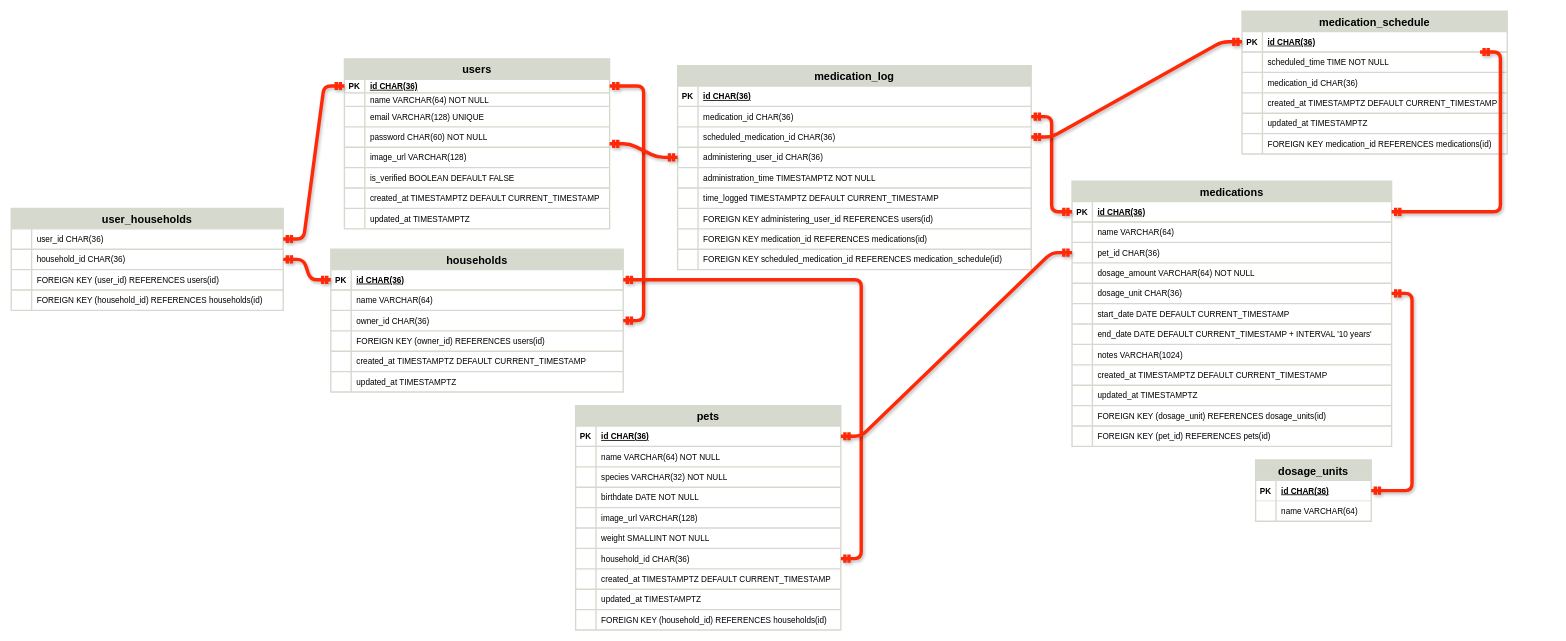
Earlier version of the draw.io diagram Untitled Diagram.drawio (atlc/drawio). Source tidied: cells renumbered, new cells numbered last; positions are measured from the earlier drawing's top-left corner, leaving out a move shared by most shapes. Both pictures are drawn from the tidied source at 68%, with x=0, y=0 at pixel (11, 11).
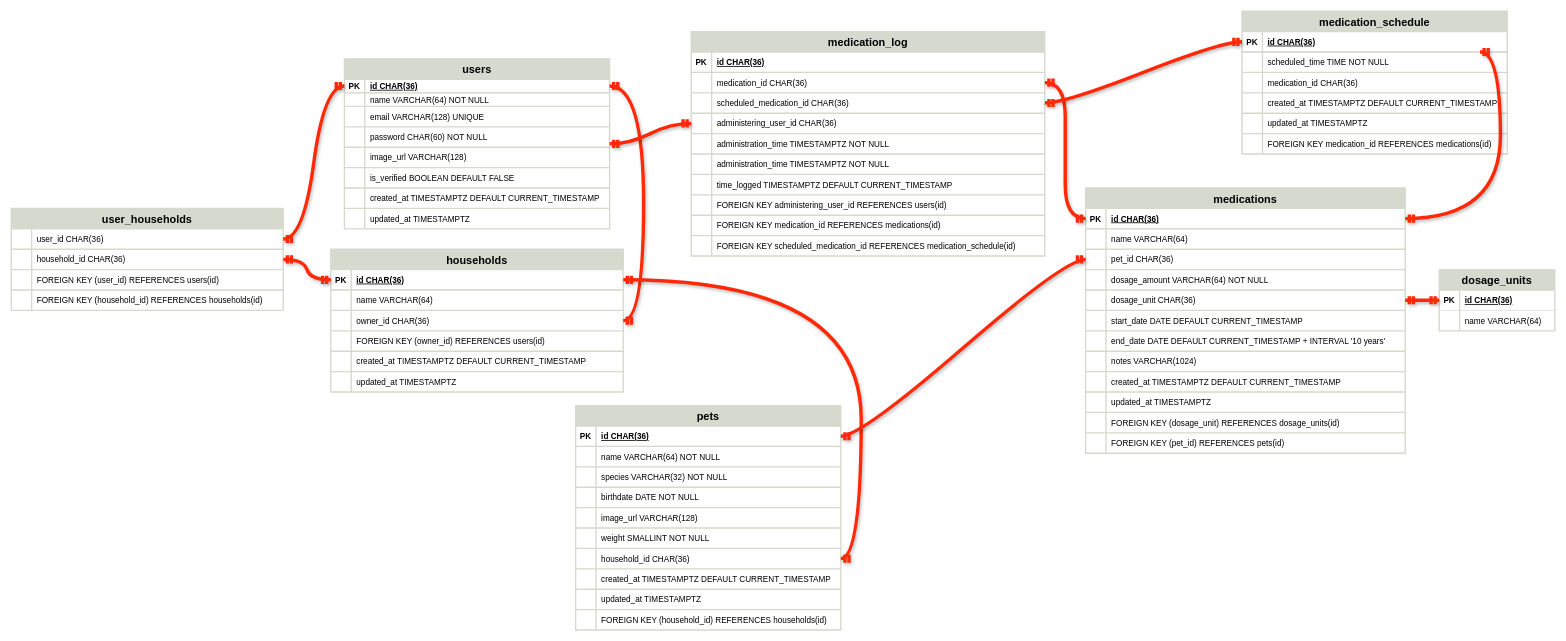
The same diagram, later.

Unchanged cells that the change refers to:
```xml
<mxCell id="2" value="users" style="shape=table;startSize=30;childLayout=tableLayout;rowLines=1;fontStyle=1;align=center;swimlaneLine=1;shadow=0;fillColor=#D6D9CE;fontColor=#000000;labelBorderColor=none;labelBackgroundColor=none;fontSize=16;strokeColor=#D6D9CE;strokeWidth=2;" parent="1" vertex="1">
  <mxGeometry x="490" y="70" width="390" height="250" as="geometry" />
</mxCell>
<mxCell id="3" style="shape=tableRow;horizontal=0;startSize=0;swimlaneHead=0;swimlaneBody=0;fillColor=none;points=[[0,0.5],[1,0.5]];portConstraint=eastwest;strokeColor=inherit;top=0;left=0;right=0;bottom=1;swimlaneLine=1;" parent="2" vertex="1">
  <mxGeometry y="30" width="390" height="20" as="geometry" />
</mxCell>
<mxCell id="28" style="shape=tableRow;horizontal=0;startSize=0;swimlaneHead=0;swimlaneBody=0;fillColor=none;points=[[0,0.5],[1,0.5]];portConstraint=eastwest;strokeColor=inherit;top=0;left=0;right=0;bottom=1;swimlaneLine=1;" parent="27" vertex="1">
  <mxGeometry y="30" width="430" height="30" as="geometry" />
</mxCell>
<mxCell id="34" style="shape=tableRow;horizontal=0;startSize=0;swimlaneHead=0;swimlaneBody=0;fillColor=none;points=[[0,0.5],[1,0.5]];portConstraint=eastwest;strokeColor=inherit;top=0;left=0;right=0;bottom=0;swimlaneLine=1;" parent="27" vertex="1">
  <mxGeometry y="90" width="430" height="30" as="geometry" />
</mxCell>
<mxCell id="47" style="shape=tableRow;horizontal=0;startSize=0;swimlaneHead=0;swimlaneBody=0;fillColor=none;points=[[0,0.5],[1,0.5]];portConstraint=eastwest;strokeColor=inherit;top=0;left=0;right=0;bottom=0;swimlaneLine=1;" parent="46" vertex="1">
  <mxGeometry y="30" width="400" height="30" as="geometry" />
</mxCell>
<mxCell id="50" style="shape=tableRow;horizontal=0;startSize=0;swimlaneHead=0;swimlaneBody=0;fillColor=none;points=[[0,0.5],[1,0.5]];portConstraint=eastwest;strokeColor=inherit;top=0;left=0;right=0;bottom=0;swimlaneLine=1;" parent="46" vertex="1">
  <mxGeometry y="60" width="400" height="30" as="geometry" />
</mxCell>
<mxCell id="60" style="shape=tableRow;horizontal=0;startSize=0;swimlaneHead=0;swimlaneBody=0;fillColor=none;points=[[0,0.5],[1,0.5]];portConstraint=eastwest;strokeColor=inherit;top=0;left=0;right=0;bottom=1;swimlaneLine=1;" parent="59" vertex="1">
  <mxGeometry y="30" width="390" height="30" as="geometry" />
</mxCell>
<mxCell id="78" style="shape=tableRow;horizontal=0;startSize=0;swimlaneHead=0;swimlaneBody=0;fillColor=none;points=[[0,0.5],[1,0.5]];portConstraint=eastwest;strokeColor=inherit;top=0;left=0;right=0;bottom=0;swimlaneLine=1;" parent="59" vertex="1">
  <mxGeometry y="210" width="390" height="30" as="geometry" />
</mxCell>
<mxCell id="91" style="shape=tableRow;horizontal=0;startSize=0;swimlaneHead=0;swimlaneBody=0;fillColor=none;points=[[0,0.5],[1,0.5]];portConstraint=eastwest;strokeColor=inherit;top=0;left=0;right=0;bottom=1;swimlaneLine=1;" parent="90" vertex="1">
  <mxGeometry y="30" width="170" height="30" as="geometry" />
</mxCell>
<mxCell id="98" style="shape=tableRow;horizontal=0;startSize=0;swimlaneHead=0;swimlaneBody=0;fillColor=none;points=[[0,0.5],[1,0.5]];portConstraint=eastwest;strokeColor=inherit;top=0;left=0;right=0;bottom=1;swimlaneLine=1;" parent="97" vertex="1">
  <mxGeometry y="30" width="470" height="30" as="geometry" />
</mxCell>
<mxCell id="104" style="shape=tableRow;horizontal=0;startSize=0;swimlaneHead=0;swimlaneBody=0;fillColor=none;points=[[0,0.5],[1,0.5]];portConstraint=eastwest;strokeColor=inherit;top=0;left=0;right=0;bottom=0;swimlaneLine=1;" parent="97" vertex="1">
  <mxGeometry y="90" width="470" height="30" as="geometry" />
</mxCell>
<mxCell id="110" style="shape=tableRow;horizontal=0;startSize=0;swimlaneHead=0;swimlaneBody=0;fillColor=none;points=[[0,0.5],[1,0.5]];portConstraint=eastwest;strokeColor=inherit;top=0;left=0;right=0;bottom=0;swimlaneLine=1;" parent="97" vertex="1">
  <mxGeometry y="150" width="470" height="30" as="geometry" />
</mxCell>
<mxCell id="135" style="shape=tableRow;horizontal=0;startSize=0;swimlaneHead=0;swimlaneBody=0;fillColor=none;points=[[0,0.5],[1,0.5]];portConstraint=eastwest;strokeColor=inherit;top=0;left=0;right=0;bottom=1;swimlaneLine=1;" parent="134" vertex="1">
  <mxGeometry y="30" width="390" height="30" as="geometry" />
</mxCell>
<mxCell id="157" style="shape=tableRow;horizontal=0;startSize=0;swimlaneHead=0;swimlaneBody=0;fillColor=none;points=[[0,0.5],[1,0.5]];portConstraint=eastwest;strokeColor=inherit;top=0;left=0;right=0;bottom=0;swimlaneLine=1;" parent="153" vertex="1">
  <mxGeometry y="60" width="520" height="30" as="geometry" />
</mxCell>
<mxCell id="160" style="shape=tableRow;horizontal=0;startSize=0;swimlaneHead=0;swimlaneBody=0;fillColor=none;points=[[0,0.5],[1,0.5]];portConstraint=eastwest;strokeColor=inherit;top=0;left=0;right=0;bottom=0;swimlaneLine=1;" parent="153" vertex="1">
  <mxGeometry y="90" width="520" height="30" as="geometry" />
</mxCell>
<mxCell id="163" style="shape=tableRow;horizontal=0;startSize=0;swimlaneHead=0;swimlaneBody=0;fillColor=none;points=[[0,0.5],[1,0.5]];portConstraint=eastwest;strokeColor=inherit;top=0;left=0;right=0;bottom=0;swimlaneLine=1;" parent="153" vertex="1">
  <mxGeometry y="120" width="520" height="30" as="geometry" />
</mxCell>
```

Change to the diagram source:
```diff
@@
     <mxCell id="90" value="dosage_units" style="shape=table;startSize=30;childLayout=tableLayout;rowLines=0;fontStyle=1;align=center;swimlaneLine=1;fillColor=#D6D9CE;fontColor=#000000;labelBorderColor=none;labelBackgroundColor=none;fontSize=16;strokeColor=#D6D9CE;strokeWidth=2;" parent="1" vertex="1">
-      <mxGeometry x="1830" y="660" width="170" height="90" as="geometry" />
+      <mxGeometry x="2100" y="380" width="170" height="90" as="geometry" />
     </mxCell>
@@
     <mxCell id="97" value="medications" style="shape=table;startSize=30;childLayout=tableLayout;rowLines=1;fontStyle=1;align=center;swimlaneLine=1;fillColor=#D6D9CE;fontColor=#000000;labelBorderColor=none;labelBackgroundColor=none;fontSize=16;strokeColor=#D6D9CE;strokeWidth=2;" parent="1" vertex="1">
-      <mxGeometry x="1560" y="250" width="470" height="390" as="geometry" />
+      <mxGeometry x="1580" y="260" width="470" height="390" as="geometry" />
     </mxCell>
@@
     <mxCell id="153" value="medication_log" style="shape=table;startSize=30;childLayout=tableLayout;rowLines=1;fontStyle=1;align=center;swimlaneLine=1;fillColor=#D6D9CE;fontColor=#000000;labelBorderColor=none;labelBackgroundColor=none;fontSize=16;strokeColor=#D6D9CE;strokeWidth=2;" parent="1" vertex="1">
-      <mxGeometry x="980" y="80" width="520" height="300" as="geometry" />
+      <mxGeometry x="1000" y="30" width="520" height="330" as="geometry" />
     </mxCell>
@@
+    <mxCell id="191" style="shape=tableRow;horizontal=0;startSize=0;swimlaneHead=0;swimlaneBody=0;fillColor=none;strokeColor=inherit;top=0;left=0;right=0;bottom=0;swimlaneLine=1;" parent="153" vertex="1">
+      <mxGeometry y="180" width="520" height="30" as="geometry" />
+    </mxCell>
+    <mxCell id="192" style="shape=partialRectangle;overflow=hidden;fillColor=none;strokeColor=inherit;top=0;left=0;bottom=0;right=0;swimlaneLine=1;" parent="191" vertex="1">
+      <mxGeometry width="30" height="30" as="geometry" />
+    </mxCell>
+    <mxCell id="193" value="administration_time TIMESTAMPTZ NOT NULL" style="shape=partialRectangle;overflow=hidden;fillColor=none;align=left;strokeColor=inherit;top=0;left=0;bottom=0;right=0;spacingLeft=6;swimlaneLine=1;" parent="191" vertex="1">
+      <mxGeometry x="30" width="490" height="30" as="geometry" />
+    </mxCell>
     <mxCell id="169" style="shape=tableRow;horizontal=0;startSize=0;swimlaneHead=0;swimlaneBody=0;fillColor=none;strokeColor=inherit;top=0;left=0;right=0;bottom=0;swimlaneLine=1;" parent="153" vertex="1">
-      <mxGeometry y="180" width="520" height="30" as="geometry" />
+      <mxGeometry y="210" width="520" height="30" as="geometry" />
     </mxCell>
@@
     <mxCell id="172" style="shape=tableRow;horizontal=0;startSize=0;swimlaneHead=0;swimlaneBody=0;fillColor=none;strokeColor=inherit;top=0;left=0;right=0;bottom=0;swimlaneLine=1;" parent="153" vertex="1">
-      <mxGeometry y="210" width="520" height="30" as="geometry" />
+      <mxGeometry y="240" width="520" height="30" as="geometry" />
     </mxCell>
@@
     <mxCell id="175" style="shape=tableRow;horizontal=0;startSize=0;swimlaneHead=0;swimlaneBody=0;fillColor=none;strokeColor=inherit;top=0;left=0;right=0;bottom=0;swimlaneLine=1;" parent="153" vertex="1">
-      <mxGeometry y="240" width="520" height="30" as="geometry" />
+      <mxGeometry y="270" width="520" height="30" as="geometry" />
     </mxCell>
@@
     <mxCell id="178" style="shape=tableRow;horizontal=0;startSize=0;swimlaneHead=0;swimlaneBody=0;fillColor=none;strokeColor=inherit;top=0;left=0;right=0;bottom=0;swimlaneLine=1;" parent="153" vertex="1">
-      <mxGeometry y="270" width="520" height="30" as="geometry" />
+      <mxGeometry y="300" width="520" height="30" as="geometry" />
     </mxCell>
@@
-    <mxCell id="181" style="edgeStyle=entityRelationEdgeStyle;fontSize=12;html=1;endArrow=ERmandOne;startArrow=ERmandOne;rounded=1;swimlaneLine=1;strokeColor=#FF2908;strokeWidth=5;shadow=1;curved=0;" parent="1" edge="1" source="3" target="34">
+    <mxCell id="181" style="edgeStyle=entityRelationEdgeStyle;fontSize=12;html=1;endArrow=ERmandOne;startArrow=ERmandOne;rounded=0;swimlaneLine=1;strokeColor=#FF2908;strokeWidth=5;shadow=1;curved=1;" parent="1" edge="1" source="3" target="34">
       <mxGeometry relative="1" as="geometry">
         <Array as="points">
           <mxPoint x="580" y="800" />
           <mxPoint x="670" y="810" />
           <mxPoint x="310" y="100" />
           <mxPoint x="240" y="110" />
         </Array>
       </mxGeometry>
     </mxCell>
-    <mxCell id="182" style="edgeStyle=entityRelationEdgeStyle;fontSize=12;html=1;endArrow=ERmandOne;startArrow=ERmandOne;rounded=1;swimlaneLine=1;strokeColor=#FF2908;strokeWidth=5;shadow=1;curved=0;" parent="1" edge="1" source="3" target="47">
+    <mxCell id="182" style="edgeStyle=entityRelationEdgeStyle;fontSize=12;html=1;endArrow=ERmandOne;startArrow=ERmandOne;rounded=0;swimlaneLine=1;strokeColor=#FF2908;strokeWidth=5;shadow=1;curved=1;" parent="1" edge="1" source="3" target="47">
       <mxGeometry relative="1" as="geometry" />
     </mxCell>
-    <mxCell id="183" style="edgeStyle=entityRelationEdgeStyle;fontSize=12;html=1;endArrow=ERmandOne;startArrow=ERmandOne;rounded=1;swimlaneLine=1;strokeColor=#FF2908;strokeWidth=5;shadow=1;curved=0;" parent="1" edge="1" source="28" target="50">
+    <mxCell id="183" style="edgeStyle=entityRelationEdgeStyle;fontSize=12;html=1;endArrow=ERmandOne;startArrow=ERmandOne;rounded=0;swimlaneLine=1;strokeColor=#FF2908;strokeWidth=5;shadow=1;curved=1;" parent="1" edge="1" source="28" target="50">
       <mxGeometry relative="1" as="geometry" />
     </mxCell>
-    <mxCell id="184" style="edgeStyle=entityRelationEdgeStyle;fontSize=12;html=1;endArrow=ERmandOne;startArrow=ERmandOne;rounded=1;swimlaneLine=1;strokeColor=#FF2908;strokeWidth=5;shadow=1;curved=0;" parent="1" edge="1" source="28" target="78">
+    <mxCell id="184" style="edgeStyle=entityRelationEdgeStyle;fontSize=12;html=1;endArrow=ERmandOne;startArrow=ERmandOne;rounded=0;swimlaneLine=1;strokeColor=#FF2908;strokeWidth=5;shadow=1;curved=1;" parent="1" edge="1" source="28" target="78">
       <mxGeometry relative="1" as="geometry" />
     </mxCell>
-    <mxCell id="185" style="edgeStyle=entityRelationEdgeStyle;fontSize=12;html=1;endArrow=ERmandOne;startArrow=ERmandOne;rounded=1;swimlaneLine=1;strokeColor=#FF2908;strokeWidth=5;shadow=1;curved=0;" parent="1" edge="1" source="60" target="104">
+    <mxCell id="185" style="edgeStyle=entityRelationEdgeStyle;fontSize=12;html=1;endArrow=ERmandOne;startArrow=ERmandOne;rounded=0;swimlaneLine=1;strokeColor=#FF2908;strokeWidth=5;shadow=1;curved=1;" parent="1" edge="1" source="60" target="104">
       <mxGeometry relative="1" as="geometry" />
     </mxCell>
-    <mxCell id="186" style="edgeStyle=entityRelationEdgeStyle;fontSize=12;html=1;endArrow=ERmandOne;startArrow=ERmandOne;rounded=1;swimlaneLine=1;strokeColor=#FF2908;strokeWidth=5;shadow=1;curved=0;" parent="1" edge="1" source="91" target="110">
+    <mxCell id="186" style="edgeStyle=entityRelationEdgeStyle;fontSize=12;html=1;endArrow=ERmandOne;startArrow=ERmandOne;rounded=0;swimlaneLine=1;strokeColor=#FF2908;strokeWidth=5;shadow=1;curved=1;" parent="1" edge="1" source="91" target="110">
       <mxGeometry relative="1" as="geometry" />
     </mxCell>
-    <mxCell id="187" style="edgeStyle=entityRelationEdgeStyle;fontSize=12;html=1;endArrow=ERmandOne;startArrow=ERmandOne;rounded=1;swimlaneLine=1;strokeColor=#FF2908;strokeWidth=5;shadow=1;curved=0;" parent="1" edge="1" target="98">
+    <mxCell id="187" style="edgeStyle=entityRelationEdgeStyle;fontSize=12;html=1;endArrow=ERmandOne;startArrow=ERmandOne;rounded=0;swimlaneLine=1;strokeColor=#FF2908;strokeWidth=5;shadow=1;curved=1;" parent="1" edge="1" target="98">
       <mxGeometry relative="1" as="geometry">
         <mxPoint x="2160" y="60" as="sourcePoint" />
       </mxGeometry>
     </mxCell>
-    <mxCell id="188" style="edgeStyle=entityRelationEdgeStyle;fontSize=12;html=1;endArrow=ERmandOne;startArrow=ERmandOne;rounded=1;swimlaneLine=1;strokeColor=#FF2908;strokeWidth=5;shadow=1;curved=0;" parent="1" edge="1" source="157" target="98">
+    <mxCell id="188" style="edgeStyle=entityRelationEdgeStyle;fontSize=12;html=1;endArrow=ERmandOne;startArrow=ERmandOne;rounded=0;swimlaneLine=1;strokeColor=#FF2908;strokeWidth=5;shadow=1;curved=1;" parent="1" edge="1" source="157" target="98">
       <mxGeometry relative="1" as="geometry" />
     </mxCell>
-    <mxCell id="189" style="edgeStyle=entityRelationEdgeStyle;fontSize=12;html=1;endArrow=ERmandOne;startArrow=ERmandOne;rounded=1;swimlaneLine=1;strokeColor=#FF2908;strokeWidth=5;shadow=1;curved=0;" parent="1" edge="1" source="135" target="160">
+    <mxCell id="189" style="edgeStyle=entityRelationEdgeStyle;fontSize=12;html=1;endArrow=ERmandOne;startArrow=ERmandOne;rounded=0;swimlaneLine=1;strokeColor=#FF2908;strokeWidth=5;shadow=1;curved=1;" parent="1" edge="1" source="135" target="160">
       <mxGeometry relative="1" as="geometry" />
     </mxCell>
-    <mxCell id="190" style="edgeStyle=entityRelationEdgeStyle;fontSize=12;html=1;endArrow=ERmandOne;startArrow=ERmandOne;rounded=1;swimlaneLine=1;strokeColor=#FF2908;strokeWidth=5;shadow=1;curved=0;" parent="1" edge="1" source="2" target="163">
+    <mxCell id="190" style="edgeStyle=entityRelationEdgeStyle;fontSize=12;html=1;endArrow=ERmandOne;startArrow=ERmandOne;rounded=0;swimlaneLine=1;strokeColor=#FF2908;strokeWidth=5;shadow=1;curved=1;" parent="1" edge="1" source="2" target="163">
       <mxGeometry relative="1" as="geometry" />
     </mxCell>
```
